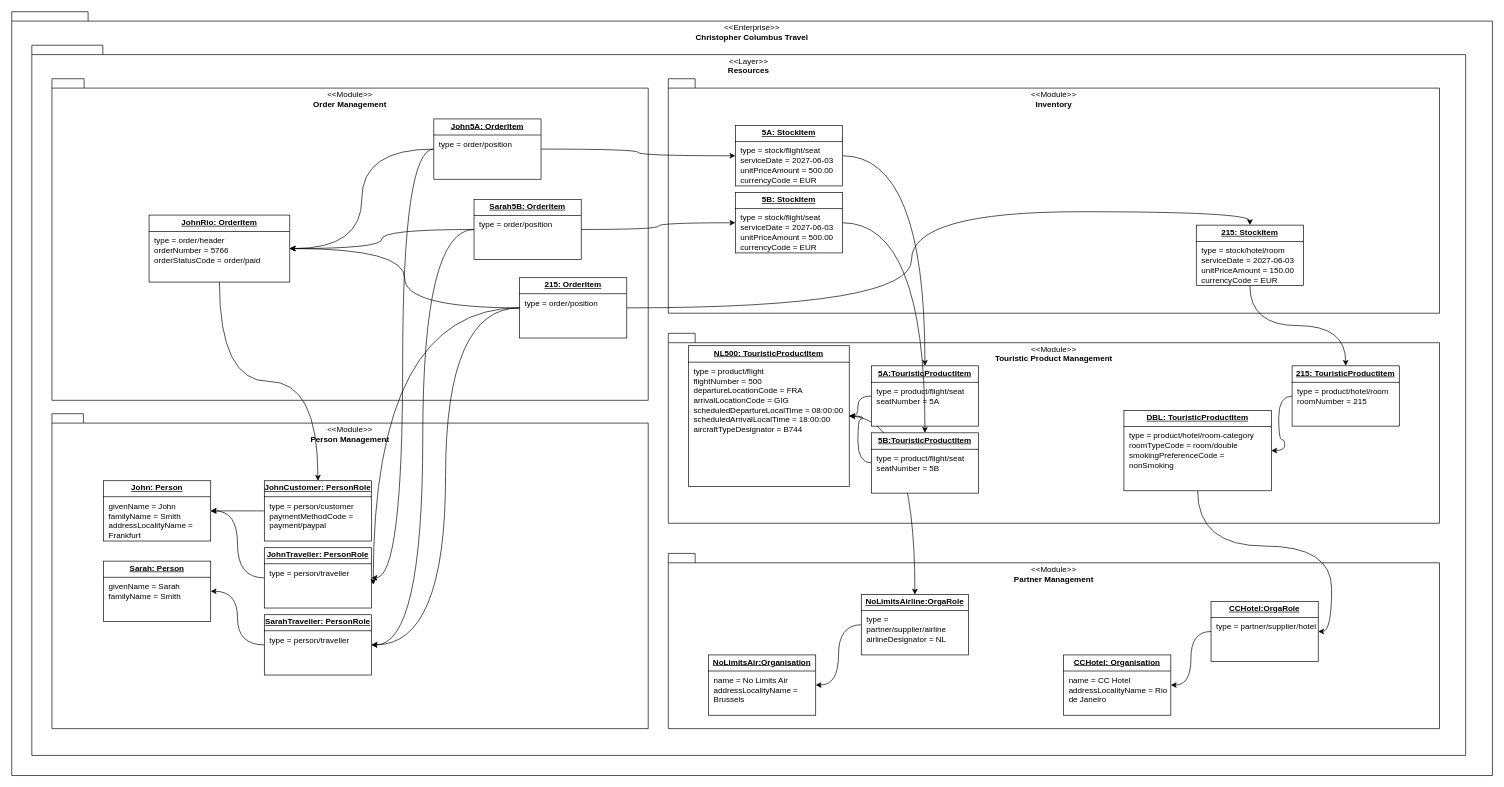
The draw.io diagram docs/architecture/entity-model/objects.drawio in hochschule-darmstadt/a3se_app, before the edit. Source tidied: cells renumbered, new cells numbered last; positions are measured from the earlier drawing's top-left corner, leaving out a move shared by most shapes. Both pictures are drawn from the tidied source at 67%, with x=0, y=0 at pixel (11, 11).
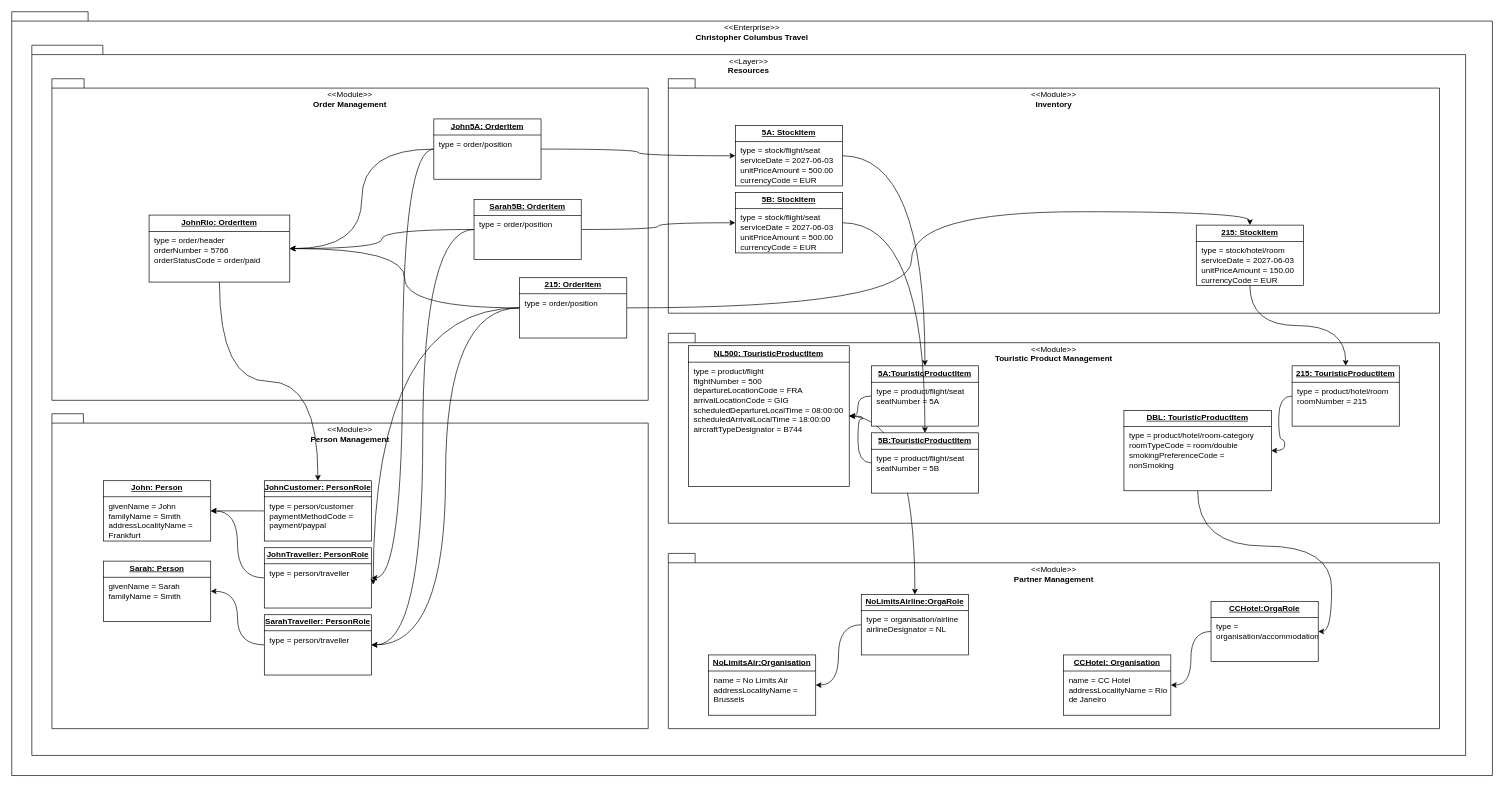
The same page after the edit.

Diff of the diagram source:
```diff
@@
-    <mxCell id="17" value="&lt;p style=&quot;margin:0px;margin-top:4px;text-align:center;text-decoration:underline;&quot;&gt;&lt;b&gt;NoLimitsAirline:OrgaRole&lt;/b&gt;&lt;/p&gt;&lt;hr size=&quot;1&quot; style=&quot;border-style:solid;&quot;&gt;&lt;p style=&quot;margin:0px;margin-left:8px;&quot;&gt;type = partner/supplier/airline&lt;/p&gt;&lt;p style=&quot;margin:0px;margin-left:8px;&quot;&gt;&lt;span style=&quot;background-color: transparent; color: light-dark(rgb(0, 0, 0), rgb(255, 255, 255));&quot;&gt;airlineDesignator = NL&lt;/span&gt;&lt;/p&gt;" style="verticalAlign=top;align=left;overflow=fill;html=1;whiteSpace=wrap;" parent="1" vertex="1">
+    <mxCell id="17" value="&lt;p style=&quot;margin:0px;margin-top:4px;text-align:center;text-decoration:underline;&quot;&gt;&lt;b&gt;NoLimitsAirline:OrgaRole&lt;/b&gt;&lt;/p&gt;&lt;hr size=&quot;1&quot; style=&quot;border-style:solid;&quot;&gt;&lt;p style=&quot;margin:0px;margin-left:8px;&quot;&gt;type = organisation/airline&lt;/p&gt;&lt;p style=&quot;margin:0px;margin-left:8px;&quot;&gt;&lt;span style=&quot;background-color: transparent; color: light-dark(rgb(0, 0, 0), rgb(255, 255, 255));&quot;&gt;airlineDesignator = NL&lt;/span&gt;&lt;/p&gt;" style="verticalAlign=top;align=left;overflow=fill;html=1;whiteSpace=wrap;" parent="1" vertex="1">
       <mxGeometry x="1268" y="870" width="160" height="90" as="geometry" />
     </mxCell>
@@
-    <mxCell id="30" value="&lt;p style=&quot;margin:0px;margin-top:4px;text-align:center;text-decoration:underline;&quot;&gt;&lt;b&gt;CCHotel:OrgaRole&lt;/b&gt;&lt;/p&gt;&lt;hr size=&quot;1&quot; style=&quot;border-style:solid;&quot;&gt;&lt;p style=&quot;margin:0px;margin-left:8px;&quot;&gt;type = partner/supplier/hotel&lt;/p&gt;" style="verticalAlign=top;align=left;overflow=fill;html=1;whiteSpace=wrap;" parent="1" vertex="1">
+    <mxCell id="30" value="&lt;p style=&quot;margin:0px;margin-top:4px;text-align:center;text-decoration:underline;&quot;&gt;&lt;b&gt;CCHotel:OrgaRole&lt;/b&gt;&lt;/p&gt;&lt;hr size=&quot;1&quot; style=&quot;border-style:solid;&quot;&gt;&lt;p style=&quot;margin:0px;margin-left:8px;&quot;&gt;type = organisation/accommodation&lt;/p&gt;" style="verticalAlign=top;align=left;overflow=fill;html=1;whiteSpace=wrap;" parent="1" vertex="1">
       <mxGeometry x="1790" y="880" width="160" height="90" as="geometry" />
     </mxCell>
```
